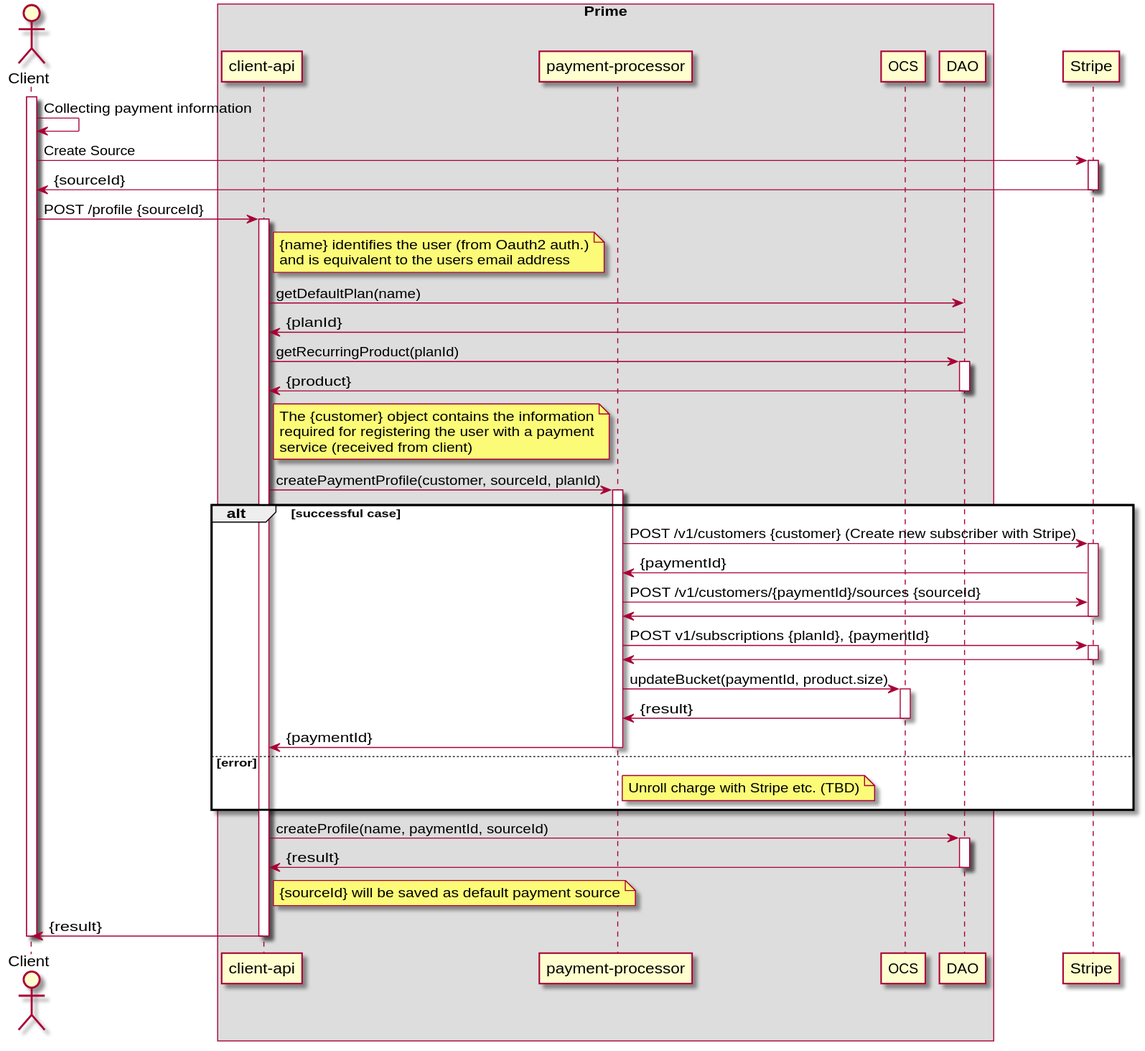
The PlantUML diagram payment-processor/doc/diagrams/create-new-subscriber.svg in ostelco/ostelco-core, before a commit.
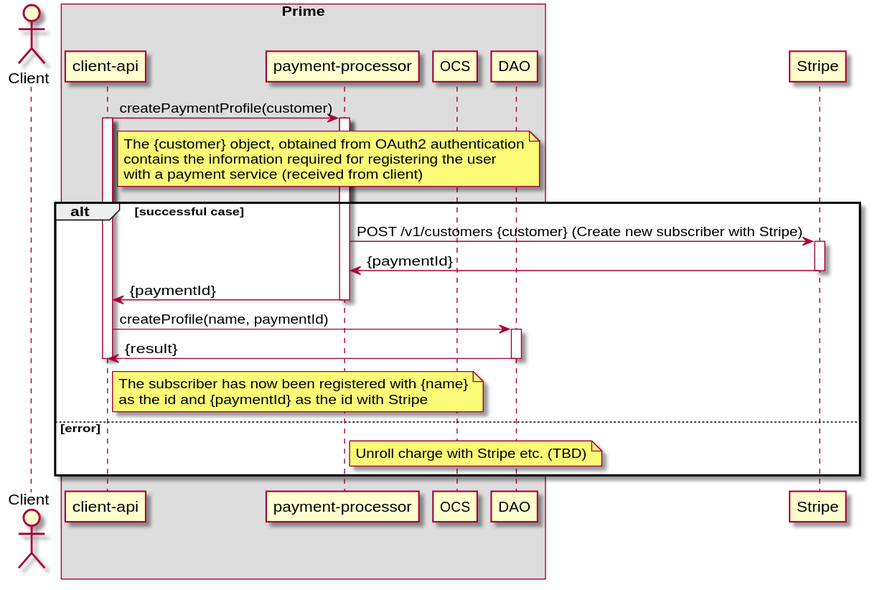
After the change.

Commit message:
Updates flow diagrams such that a subscriber will first be registered when buying its first product

Diff of the diagram source:
```diff
@@ -11,77 +11,37 @@
 end box
 participant Stripe
 
-activate Client
-    Client -> Client : Collecting payment information
-
-    Client -> Stripe : Create Source
-    activate Stripe
-    Stripe -> Client : {sourceId}
-    deactivate Stripe
-
-    Client -> "client-api": POST /profile {sourceId}
+    "client-api" -> "payment-processor" : createPaymentProfile(customer)
     activate "client-api"
+    activate "payment-processor"
     note right of "client-api"
-       {name} identifies the user (from Oauth2 auth.)
-       and is equivalent to the users email address
+        The {customer} object, obtained from OAuth2 authentication
+        contains the information required for registering the user
+        with a payment service (received from client)
     end note
-
-    "client-api" -> DAO : getDefaultPlan(name)
-    DAO -> "client-api" : {planId}
-    deactivate DAO
-
-    "client-api" -> DAO : getRecurringProduct(planId)
-    activate DAO
-    DAO -> "client-api" : {product}
-    deactivate DAO
-
-    note right of "client-api"
-       The {customer} object contains the information
-       required for registering the user with a payment
-       service (received from client)
-    end note
-
-    "client-api" -> "payment-processor" : createPaymentProfile(customer, sourceId, planId)
-    activate "payment-processor"
 
     alt successful case
         "payment-processor" -> Stripe : POST /v1/customers {customer} (Create new subscriber with Stripe)
         activate Stripe
         "Stripe" -> "payment-processor" : {paymentId}
-
-        "payment-processor" -> Stripe : POST /v1/customers/{paymentId}/sources {sourceId}
-        "Stripe" -> "payment-processor"
         deactivate Stripe
-
-        "payment-processor" -> Stripe : POST v1/subscriptions {planId}, {paymentId}
-        activate Stripe
-        "Stripe" -> "payment-processor"
-        deactivate Stripe
-
-        "payment-processor" -> OCS : updateBucket(paymentId, product.size)
-        activate OCS
-        OCS -> "payment-processor" : {result}
-        deactivate OCS
 
         "payment-processor" -> "client-api" : {paymentId}
         deactivate "payment-processor"
 
+        "client-api" -> DAO : createProfile(name, paymentId)
+        activate DAO
+        DAO -> "client-api" : {result}
+        deactivate DAO
+        deactivate "client-api"
+        note right of "client-api"
+            The subscriber has now been registered with {name}
+            as the id and {paymentId} as the id with Stripe
+        end note
+
     else error
-       note right of "payment-processor" : Unroll charge with Stripe etc. (TBD)
+        note right of "payment-processor" : Unroll charge with Stripe etc. (TBD)
 
     end
 
-    "client-api" -> DAO : createProfile(name, paymentId, sourceId)
-    activate DAO
-    DAO -> "client-api" : {result}
-    deactivate DAO
-    note right of "client-api"
-      {sourceId} will be saved as default payment source
-    end note
-
-    "client-api" -> Client : {result}
-    deactivate "client-api"
-
-deactivate Client
-
 @enduml
```
